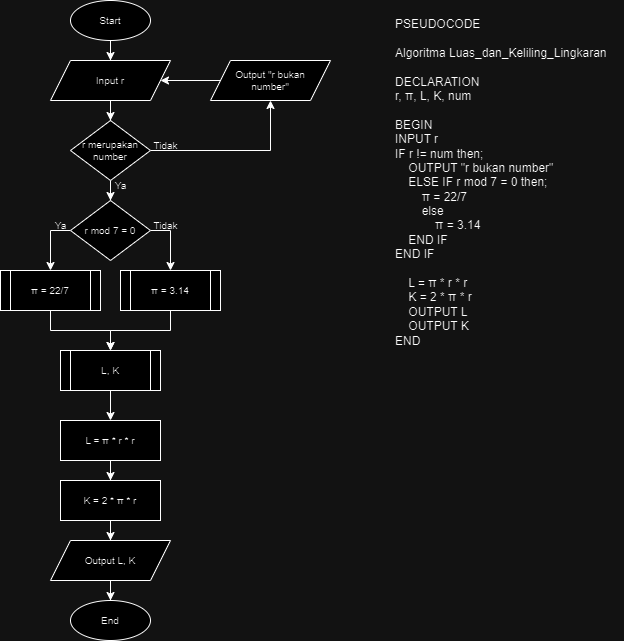
Before: 5-Flowchart-Luas dan Keliling Lingkaran.drawio.png, a diagram exported from draw.io (mfdrfauzi/fwg17-computer-science). Source tidied: cells renumbered, new cells last; positions are measured from the earlier drawing's top-left corner, leaving out a move shared by most shapes.
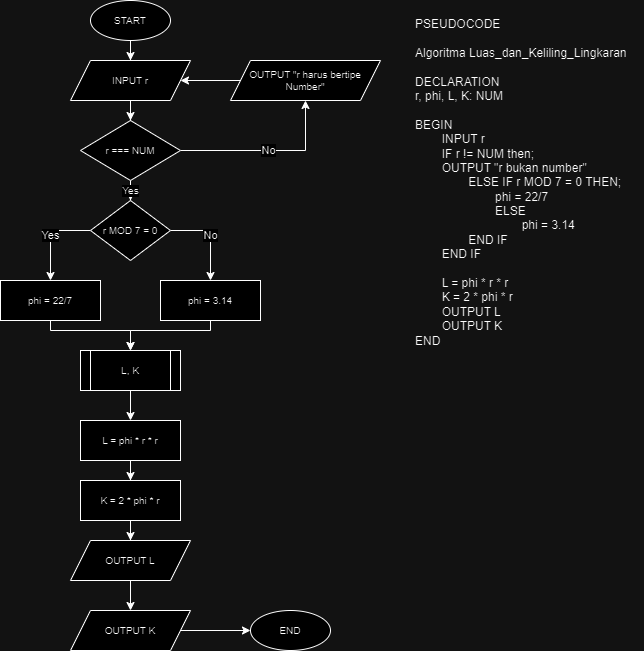
The same file after the commit.

The edit, as a diff of the source:
```diff
@@ -5,65 +5,61 @@
     <mxCell id="2" style="edgeStyle=orthogonalEdgeStyle;rounded=0;jettySize=auto;html=1;entryX=0.5;entryY=0;entryDx=0;entryDy=0;fontSize=10;" parent="1" edge="1" source="3" target="16">
       <mxGeometry relative="1" as="geometry" />
     </mxCell>
-    <mxCell id="3" value="Start" style="ellipse;whiteSpace=wrap;html=1;fontSize=10;" parent="1" vertex="1">
+    <mxCell id="3" value="START" style="ellipse;whiteSpace=wrap;html=1;fontSize=10;" parent="1" vertex="1">
       <mxGeometry x="70" width="80" height="40" as="geometry" />
     </mxCell>
-    <mxCell id="4" style="edgeStyle=orthogonalEdgeStyle;rounded=0;jettySize=auto;html=1;entryX=0.5;entryY=0;entryDx=0;entryDy=0;fontSize=10;" parent="1" edge="1" source="6" target="19">
+    <mxCell id="4" value="Yes" style="edgeStyle=orthogonalEdgeStyle;rounded=0;jettySize=auto;html=1;entryX=0.5;entryY=0;entryDx=0;entryDy=0;fontSize=10;" parent="1" edge="1" source="6" target="19">
       <mxGeometry relative="1" as="geometry" />
     </mxCell>
-    <mxCell id="5" style="edgeStyle=orthogonalEdgeStyle;rounded=0;jettySize=auto;html=1;entryX=0.5;entryY=1;entryDx=0;entryDy=0;" parent="1" edge="1" source="6" target="28">
+    <mxCell id="5" value="No" style="edgeStyle=orthogonalEdgeStyle;rounded=0;jettySize=auto;html=1;entryX=0.5;entryY=1;entryDx=0;entryDy=0;" parent="1" edge="1" source="6" target="28">
       <mxGeometry relative="1" as="geometry" />
     </mxCell>
-    <mxCell id="6" value="r merupakan number" style="rhombus;whiteSpace=wrap;html=1;fontSize=10;" parent="1" vertex="1">
-      <mxGeometry x="70" y="120" width="80" height="60" as="geometry" />
+    <mxCell id="6" value="r === NUM" style="rhombus;whiteSpace=wrap;html=1;fontSize=10;" parent="1" vertex="1">
+      <mxGeometry x="60" y="120" width="100" height="60" as="geometry" />
     </mxCell>
-    <mxCell id="7" style="edgeStyle=orthogonalEdgeStyle;rounded=0;jettySize=auto;html=1;entryX=0.5;entryY=0;entryDx=0;entryDy=0;fontSize=10;" parent="1" edge="1" source="8" target="24">
-      <mxGeometry relative="1" as="geometry" />
-    </mxCell>
-    <mxCell id="8" value="π = 22/7" style="shape=process;whiteSpace=wrap;html=1;backgroundOutline=1;fontSize=10;" parent="1" vertex="1">
-      <mxGeometry y="270" width="100" height="40" as="geometry" />
-    </mxCell>
     <mxCell id="9" style="edgeStyle=orthogonalEdgeStyle;rounded=0;jettySize=auto;html=1;entryX=0.5;entryY=0;entryDx=0;entryDy=0;fontSize=10;" parent="1" edge="1" source="10" target="12">
       <mxGeometry relative="1" as="geometry" />
     </mxCell>
-    <mxCell id="10" value="L =&amp;nbsp;π * r * r" style="rounded=0;whiteSpace=wrap;html=1;fontSize=10;" parent="1" vertex="1">
+    <mxCell id="10" value="L = phi * r * r" style="rounded=0;whiteSpace=wrap;html=1;fontSize=10;" parent="1" vertex="1">
       <mxGeometry x="60" y="420" width="100" height="40" as="geometry" />
     </mxCell>
     <mxCell id="11" style="edgeStyle=orthogonalEdgeStyle;rounded=0;jettySize=auto;html=1;entryX=0.5;entryY=0;entryDx=0;entryDy=0;fontSize=10;" parent="1" edge="1" source="12" target="14">
       <mxGeometry relative="1" as="geometry" />
     </mxCell>
-    <mxCell id="12" value="K = 2 *&amp;nbsp;π * r" style="rounded=0;whiteSpace=wrap;html=1;fontSize=10;" parent="1" vertex="1">
+    <mxCell id="12" value="K = 2 * phi * r" style="rounded=0;whiteSpace=wrap;html=1;fontSize=10;" parent="1" vertex="1">
       <mxGeometry x="60" y="480" width="100" height="40" as="geometry" />
     </mxCell>
-    <mxCell id="13" style="edgeStyle=orthogonalEdgeStyle;rounded=0;jettySize=auto;html=1;entryX=0.5;entryY=0;entryDx=0;entryDy=0;fontSize=10;" parent="1" edge="1" source="14" target="22">
-      <mxGeometry relative="1" as="geometry" />
-    </mxCell>
+    <mxCell id="32" style="edgeStyle=orthogonalEdgeStyle;rounded=0;jettySize=auto;html=1;entryX=0.5;entryY=0;entryDx=0;entryDy=0;" parent="1" edge="1" source="14" target="36">
+      <mxGeometry relative="1" as="geometry" />
+    </mxCell>
-    <mxCell id="14" value="Output L, K" style="shape=parallelogram;perimeter=parallelogramPerimeter;whiteSpace=wrap;html=1;fixedSize=1;fontSize=10;" parent="1" vertex="1">
+    <mxCell id="14" value="OUTPUT L" style="shape=parallelogram;perimeter=parallelogramPerimeter;whiteSpace=wrap;html=1;fixedSize=1;fontSize=10;" parent="1" vertex="1">
       <mxGeometry x="50" y="540" width="120" height="40" as="geometry" />
     </mxCell>
     <mxCell id="15" style="edgeStyle=orthogonalEdgeStyle;rounded=0;jettySize=auto;html=1;entryX=0.5;entryY=0;entryDx=0;entryDy=0;fontSize=10;" parent="1" edge="1" source="16" target="6">
       <mxGeometry relative="1" as="geometry" />
     </mxCell>
-    <mxCell id="16" value="Input r" style="shape=parallelogram;perimeter=parallelogramPerimeter;whiteSpace=wrap;html=1;fixedSize=1;fontSize=10;" parent="1" vertex="1">
+    <mxCell id="16" value="INPUT r" style="shape=parallelogram;perimeter=parallelogramPerimeter;whiteSpace=wrap;html=1;fixedSize=1;fontSize=10;" parent="1" vertex="1">
       <mxGeometry x="50" y="60" width="120" height="40" as="geometry" />
     </mxCell>
-    <mxCell id="17" style="edgeStyle=orthogonalEdgeStyle;rounded=0;jettySize=auto;html=1;exitX=1;exitY=0.5;exitDx=0;exitDy=0;entryX=0.5;entryY=0;entryDx=0;entryDy=0;fontSize=10;" parent="1" edge="1" source="19" target="21">
-      <mxGeometry relative="1" as="geometry" />
-    </mxCell>
-    <mxCell id="18" style="edgeStyle=orthogonalEdgeStyle;rounded=0;jettySize=auto;html=1;exitX=0;exitY=0.5;exitDx=0;exitDy=0;entryX=0.5;entryY=0;entryDx=0;entryDy=0;fontSize=10;" parent="1" edge="1" source="19" target="8">
-      <mxGeometry relative="1" as="geometry" />
-    </mxCell>
+    <mxCell id="33" value="Yes" style="edgeStyle=orthogonalEdgeStyle;rounded=0;jettySize=auto;html=1;entryX=0.5;entryY=0;entryDx=0;entryDy=0;" parent="1" edge="1" source="19" target="38">
+      <mxGeometry relative="1" as="geometry">
+        <Array as="points">
+          <mxPoint x="30" y="230" />
+        </Array>
+      </mxGeometry>
+    </mxCell>
+    <mxCell id="34" value="No" style="edgeStyle=orthogonalEdgeStyle;rounded=0;jettySize=auto;html=1;entryX=0.5;entryY=0;entryDx=0;entryDy=0;" parent="1" edge="1" source="19" target="40">
+      <mxGeometry relative="1" as="geometry">
+        <Array as="points">
+          <mxPoint x="190" y="230" />
+        </Array>
+      </mxGeometry>
+    </mxCell>
-    <mxCell id="19" value="r mod 7 = 0" style="rhombus;whiteSpace=wrap;html=1;fontSize=10;" parent="1" vertex="1">
+    <mxCell id="19" value="r MOD 7 = 0" style="rhombus;whiteSpace=wrap;html=1;fontSize=10;" parent="1" vertex="1">
       <mxGeometry x="70" y="200" width="80" height="60" as="geometry" />
     </mxCell>
-    <mxCell id="20" style="edgeStyle=orthogonalEdgeStyle;rounded=0;jettySize=auto;html=1;entryX=0.5;entryY=0;entryDx=0;entryDy=0;fontSize=10;" parent="1" edge="1" source="21" target="24">
-      <mxGeometry relative="1" as="geometry" />
-    </mxCell>
-    <mxCell id="21" value="π = 3.14" style="shape=process;whiteSpace=wrap;html=1;backgroundOutline=1;fontSize=10;" parent="1" vertex="1">
-      <mxGeometry x="120" y="270" width="100" height="40" as="geometry" />
-    </mxCell>
-    <mxCell id="22" value="End" style="ellipse;whiteSpace=wrap;html=1;fontSize=10;" parent="1" vertex="1">
-      <mxGeometry x="70" y="600" width="80" height="40" as="geometry" />
+    <mxCell id="22" value="END" style="ellipse;whiteSpace=wrap;html=1;fontSize=10;" parent="1" vertex="1">
+      <mxGeometry x="230" y="610" width="80" height="40" as="geometry" />
     </mxCell>
     <mxCell id="23" style="edgeStyle=orthogonalEdgeStyle;rounded=0;jettySize=auto;html=1;entryX=0.5;entryY=0;entryDx=0;entryDy=0;fontSize=10;" parent="1" edge="1" source="24" target="10">
       <mxGeometry relative="1" as="geometry" />
@@ -71,26 +67,42 @@
     <mxCell id="24" value="L, K" style="shape=process;whiteSpace=wrap;html=1;backgroundOutline=1;fontSize=10;" parent="1" vertex="1">
       <mxGeometry x="60" y="350" width="100" height="40" as="geometry" />
     </mxCell>
-    <mxCell id="25" value="Ya" style="text;html=1;align=center;verticalAlign=middle;strokeColor=none;fillColor=none;fontSize=10;" parent="1" vertex="1">
-      <mxGeometry x="100" y="170" width="40" height="30" as="geometry" />
-    </mxCell>
-    <mxCell id="26" value="Tidak" style="text;html=1;align=center;verticalAlign=middle;strokeColor=none;fillColor=none;fontSize=10;" parent="1" vertex="1">
-      <mxGeometry x="140" y="130" width="50" height="30" as="geometry" />
-    </mxCell>
     <mxCell id="27" style="edgeStyle=orthogonalEdgeStyle;rounded=0;jettySize=auto;html=1;entryX=1;entryY=0.5;entryDx=0;entryDy=0;" parent="1" edge="1" source="28" target="16">
       <mxGeometry relative="1" as="geometry" />
     </mxCell>
-    <mxCell id="28" value="Output &quot;r bukan&lt;br&gt;number&quot;" style="shape=parallelogram;perimeter=parallelogramPerimeter;whiteSpace=wrap;html=1;fixedSize=1;fontSize=10;" parent="1" vertex="1">
-      <mxGeometry x="210" y="60" width="120" height="40" as="geometry" />
+    <mxCell id="28" value="OUTPUT &quot;r harus bertipe Number&quot;" style="shape=parallelogram;perimeter=parallelogramPerimeter;whiteSpace=wrap;html=1;fixedSize=1;fontSize=10;" parent="1" vertex="1">
+      <mxGeometry x="210" y="60" width="150" height="40" as="geometry" />
     </mxCell>
-    <mxCell id="29" value="Ya" style="text;html=1;align=center;verticalAlign=middle;strokeColor=none;fillColor=none;fontSize=10;" parent="1" vertex="1">
-      <mxGeometry x="40" y="210" width="40" height="30" as="geometry" />
-    </mxCell>
-    <mxCell id="30" value="Tidak" style="text;html=1;align=center;verticalAlign=middle;strokeColor=none;fillColor=none;fontSize=10;" parent="1" vertex="1">
-      <mxGeometry x="140" y="210" width="50" height="30" as="geometry" />
-    </mxCell>
-    <mxCell id="31" value="PSEUDOCODE&lt;br&gt;&lt;br&gt;&lt;div&gt;Algoritma Luas_dan_Keliling_Lingkaran&lt;/div&gt;&lt;div&gt;&lt;br&gt;&lt;/div&gt;&lt;div&gt;DECLARATION&lt;/div&gt;&lt;div&gt;r, π, L, K, num&lt;/div&gt;&lt;div&gt;&lt;br&gt;&lt;/div&gt;&lt;div&gt;BEGIN&lt;/div&gt;&lt;div&gt;INPUT r&lt;span style=&quot;&quot;&gt;&lt;/span&gt;&lt;/div&gt;&lt;div&gt;IF r != num then;&lt;/div&gt;&lt;div&gt;&lt;span style=&quot;&quot;&gt;&lt;span style=&quot;&quot;&gt;&lt;span style=&quot;white-space: pre;&quot;&gt;&amp;nbsp;&amp;nbsp;&amp;nbsp;&amp;nbsp;&lt;/span&gt;&lt;/span&gt;OUTPUT &quot;r bukan number&quot;&lt;/span&gt;&lt;/div&gt;&lt;div&gt;&lt;span style=&quot;&quot;&gt;&lt;span style=&quot;&quot;&gt;&lt;span style=&quot;white-space: pre;&quot;&gt;&amp;nbsp;&amp;nbsp;&amp;nbsp;&amp;nbsp;&lt;/span&gt;&lt;/span&gt;ELSE IF r mod 7 = 0 then;&lt;/span&gt;&lt;/div&gt;&lt;div&gt;&lt;span style=&quot;&quot;&gt;&lt;span style=&quot;&quot;&gt;&lt;span style=&quot;white-space: pre;&quot;&gt;&amp;nbsp;&amp;nbsp;&amp;nbsp;&amp;nbsp;&lt;/span&gt;&lt;span style=&quot;white-space: pre;&quot;&gt;&amp;nbsp;&amp;nbsp;&amp;nbsp;&amp;nbsp;&lt;/span&gt;&lt;/span&gt;π = 22/7&lt;/span&gt;&lt;/div&gt;&lt;div&gt;&lt;span style=&quot;&quot;&gt;&lt;span style=&quot;&quot;&gt;&lt;span style=&quot;white-space: pre;&quot;&gt;&amp;nbsp;&amp;nbsp;&amp;nbsp;&amp;nbsp;&lt;/span&gt;&lt;span style=&quot;white-space: pre;&quot;&gt;&amp;nbsp;&amp;nbsp;&amp;nbsp;&amp;nbsp;&lt;/span&gt;&lt;/span&gt;else&lt;/span&gt;&lt;/div&gt;&lt;div&gt;&lt;span style=&quot;&quot;&gt;&lt;span style=&quot;&quot;&gt;&lt;span style=&quot;white-space: pre;&quot;&gt;&amp;nbsp;&amp;nbsp;&amp;nbsp;&amp;nbsp;&lt;/span&gt;&lt;span style=&quot;white-space: pre;&quot;&gt;&amp;nbsp;&amp;nbsp;&amp;nbsp;&amp;nbsp;&lt;/span&gt;&lt;span style=&quot;white-space: pre;&quot;&gt;&amp;nbsp;&amp;nbsp;&amp;nbsp;&amp;nbsp;&lt;/span&gt;&lt;/span&gt;π = 3.14&lt;/span&gt;&lt;/div&gt;&lt;div&gt;&lt;span style=&quot;&quot;&gt;&lt;span style=&quot;&quot;&gt;&lt;span style=&quot;white-space: pre;&quot;&gt;&amp;nbsp;&amp;nbsp;&amp;nbsp;&amp;nbsp;&lt;/span&gt;&lt;/span&gt;END IF&lt;/span&gt;&lt;/div&gt;&lt;div&gt;END IF&lt;/div&gt;&lt;div&gt;&lt;br&gt;&lt;/div&gt;&lt;div&gt;&lt;span style=&quot;&quot;&gt;&lt;span style=&quot;&quot;&gt;&lt;span style=&quot;white-space: pre;&quot;&gt;&amp;nbsp;&amp;nbsp;&amp;nbsp;&amp;nbsp;&lt;/span&gt;&lt;/span&gt;L = π * r * r&lt;/span&gt;&lt;/div&gt;&lt;div&gt;&lt;span style=&quot;&quot;&gt;&lt;span style=&quot;&quot;&gt;&lt;span style=&quot;white-space: pre;&quot;&gt;&amp;nbsp;&amp;nbsp;&amp;nbsp;&amp;nbsp;&lt;/span&gt;&lt;/span&gt;K = 2 * π * r&lt;/span&gt;&lt;/div&gt;&lt;div&gt;&lt;span style=&quot;&quot;&gt;&lt;span style=&quot;&quot;&gt;&lt;span style=&quot;white-space: pre;&quot;&gt;&amp;nbsp;&amp;nbsp;&amp;nbsp;&amp;nbsp;&lt;/span&gt;&lt;/span&gt;OUTPUT L&lt;/span&gt;&lt;/div&gt;&lt;div&gt;&lt;span style=&quot;&quot;&gt;&lt;span style=&quot;&quot;&gt;&lt;span style=&quot;white-space: pre;&quot;&gt;&amp;nbsp;&amp;nbsp;&amp;nbsp;&amp;nbsp;&lt;/span&gt;&lt;/span&gt;OUTPUT K&lt;/span&gt;&lt;/div&gt;&lt;div&gt;END&lt;/div&gt;" style="text;html=1;align=left;verticalAlign=top;strokeColor=none;fillColor=none;" parent="1" vertex="1">
+    <mxCell id="31" value="PSEUDOCODE&lt;br&gt;&lt;br&gt;&lt;div&gt;Algoritma Luas_dan_Keliling_Lingkaran&lt;/div&gt;&lt;div&gt;&lt;br&gt;&lt;/div&gt;&lt;div&gt;DECLARATION&lt;/div&gt;&lt;div&gt;r, phi, L, K: NUM&lt;/div&gt;&lt;div&gt;&lt;br&gt;&lt;/div&gt;&lt;div&gt;BEGIN&lt;/div&gt;&lt;div&gt;&lt;span style=&quot;white-space: pre;&quot;&gt;&#9;&lt;/span&gt;INPUT r&lt;span style=&quot;&quot;&gt;&lt;/span&gt;&lt;/div&gt;&lt;div&gt;&lt;span style=&quot;white-space: pre;&quot;&gt;&#9;&lt;/span&gt;IF r != NUM then;&lt;/div&gt;&lt;div&gt;&lt;span style=&quot;&quot;&gt;&lt;span style=&quot;&quot;&gt;&lt;span style=&quot;white-space: pre;&quot;&gt;&amp;nbsp;&amp;nbsp;&amp;nbsp;&amp;nbsp;&lt;span style=&quot;white-space: pre;&quot;&gt;&#9;&lt;/span&gt;&lt;/span&gt;&lt;/span&gt;OUTPUT &quot;r bukan number&quot;&lt;/span&gt;&lt;/div&gt;&lt;div&gt;&lt;span style=&quot;&quot;&gt;&lt;span style=&quot;&quot;&gt;&lt;span style=&quot;white-space: pre;&quot;&gt;&amp;nbsp;&amp;nbsp;&amp;nbsp;&amp;nbsp;&lt;span style=&quot;white-space: pre;&quot;&gt;&#9;&lt;span style=&quot;white-space: pre;&quot;&gt;&#9;&lt;/span&gt;&lt;/span&gt;&lt;/span&gt;&lt;/span&gt;ELSE IF r MOD 7 = 0 THEN;&lt;/span&gt;&lt;/div&gt;&lt;div&gt;&lt;span style=&quot;&quot;&gt;&lt;span style=&quot;&quot;&gt;&lt;span style=&quot;white-space: pre;&quot;&gt;&amp;nbsp;&amp;nbsp;&amp;nbsp;&amp;nbsp;&lt;/span&gt;&lt;span style=&quot;white-space: pre;&quot;&gt;&amp;nbsp;&amp;nbsp;&amp;nbsp;&amp;nbsp;&lt;span style=&quot;white-space: pre;&quot;&gt;&#9;&lt;span style=&quot;white-space: pre;&quot;&gt;&#9;&lt;/span&gt;&lt;/span&gt;phi &lt;/span&gt;&lt;/span&gt;= 22/7&lt;/span&gt;&lt;/div&gt;&lt;div&gt;&lt;span style=&quot;&quot;&gt;&lt;span style=&quot;&quot;&gt;&lt;span style=&quot;white-space: pre;&quot;&gt;&amp;nbsp;&amp;nbsp;&amp;nbsp;&amp;nbsp;&lt;/span&gt;&lt;span style=&quot;white-space: pre;&quot;&gt;&amp;nbsp;&amp;nbsp;&amp;nbsp;&amp;nbsp;&lt;span style=&quot;white-space: pre;&quot;&gt;&#9;&lt;span style=&quot;white-space: pre;&quot;&gt;&#9;&lt;/span&gt;&lt;/span&gt;ELSE&lt;/span&gt;&lt;/span&gt;&lt;/span&gt;&lt;/div&gt;&lt;div&gt;&lt;span style=&quot;&quot;&gt;&lt;span style=&quot;&quot;&gt;&lt;span style=&quot;white-space: pre;&quot;&gt;&amp;nbsp;&amp;nbsp;&amp;nbsp;&amp;nbsp;&lt;/span&gt;&lt;span style=&quot;white-space: pre;&quot;&gt;&amp;nbsp;&amp;nbsp;&amp;nbsp;&amp;nbsp;&lt;/span&gt;&lt;span style=&quot;white-space: pre;&quot;&gt;&amp;nbsp;&amp;nbsp;&amp;nbsp;&amp;nbsp;&lt;span style=&quot;white-space: pre;&quot;&gt;&#9;&lt;span style=&quot;white-space: pre;&quot;&gt;&#9;&lt;span style=&quot;white-space: pre;&quot;&gt;&#9;&lt;/span&gt;&lt;/span&gt;&lt;/span&gt;phi&lt;/span&gt;&lt;/span&gt;&amp;nbsp;= 3.14&lt;/span&gt;&lt;/div&gt;&lt;div&gt;&lt;span style=&quot;&quot;&gt;&lt;span style=&quot;&quot;&gt;&lt;span style=&quot;white-space: pre;&quot;&gt;&amp;nbsp;&amp;nbsp;&amp;nbsp;&amp;nbsp;&lt;span style=&quot;white-space: pre;&quot;&gt;&#9;&lt;span style=&quot;white-space: pre;&quot;&gt;&#9;&lt;/span&gt;&lt;/span&gt;&lt;/span&gt;&lt;/span&gt;END IF&lt;/span&gt;&lt;/div&gt;&lt;div&gt;&lt;span style=&quot;white-space: pre;&quot;&gt;&#9;&lt;/span&gt;END IF&lt;/div&gt;&lt;div&gt;&lt;br&gt;&lt;/div&gt;&lt;div&gt;&lt;span style=&quot;&quot;&gt;&lt;span style=&quot;white-space: pre;&quot;&gt;&#9;&lt;/span&gt;L = phi * r * r&lt;/span&gt;&lt;/div&gt;&lt;div&gt;&lt;span style=&quot;&quot;&gt;&lt;span style=&quot;white-space: pre;&quot;&gt;&#9;&lt;/span&gt;K = 2 * phi * r&lt;/span&gt;&lt;/div&gt;&lt;div&gt;&lt;span style=&quot;&quot;&gt;&lt;span style=&quot;white-space: pre;&quot;&gt;&#9;&lt;/span&gt;OUTPUT L&lt;/span&gt;&lt;/div&gt;&lt;div&gt;&lt;span style=&quot;&quot;&gt;&lt;span style=&quot;white-space: pre;&quot;&gt;&#9;&lt;/span&gt;OUTPUT K&lt;/span&gt;&lt;/div&gt;&lt;div&gt;END&lt;/div&gt;" style="text;html=1;align=left;verticalAlign=top;strokeColor=none;fillColor=none;" parent="1" vertex="1">
       <mxGeometry x="393" y="10" width="230" height="340" as="geometry" />
     </mxCell>
+    <mxCell id="35" style="edgeStyle=orthogonalEdgeStyle;rounded=0;jettySize=auto;html=1;entryX=0;entryY=0.5;entryDx=0;entryDy=0;" parent="1" edge="1" source="36" target="22">
+      <mxGeometry relative="1" as="geometry" />
+    </mxCell>
+    <mxCell id="36" value="OUTPUT K" style="shape=parallelogram;perimeter=parallelogramPerimeter;whiteSpace=wrap;html=1;fixedSize=1;fontSize=10;" parent="1" vertex="1">
+      <mxGeometry x="50" y="610" width="120" height="40" as="geometry" />
+    </mxCell>
+    <mxCell id="37" style="edgeStyle=orthogonalEdgeStyle;rounded=0;jettySize=auto;html=1;entryX=0.5;entryY=0;entryDx=0;entryDy=0;" parent="1" edge="1" source="38" target="24">
+      <mxGeometry relative="1" as="geometry">
+        <Array as="points">
+          <mxPoint x="30" y="330" />
+          <mxPoint x="110" y="330" />
+        </Array>
+      </mxGeometry>
+    </mxCell>
+    <mxCell id="38" value="phi = 22/7" style="rounded=0;whiteSpace=wrap;html=1;fontSize=10;" parent="1" vertex="1">
+      <mxGeometry x="-20" y="280" width="100" height="40" as="geometry" />
+    </mxCell>
+    <mxCell id="39" style="edgeStyle=orthogonalEdgeStyle;rounded=0;jettySize=auto;html=1;entryX=0.5;entryY=0;entryDx=0;entryDy=0;" parent="1" edge="1" source="40" target="24">
+      <mxGeometry relative="1" as="geometry">
+        <Array as="points">
+          <mxPoint x="190" y="330" />
+          <mxPoint x="110" y="330" />
+        </Array>
+      </mxGeometry>
+    </mxCell>
+    <mxCell id="40" value="phi = 3.14" style="rounded=0;whiteSpace=wrap;html=1;fontSize=10;" parent="1" vertex="1">
+      <mxGeometry x="140" y="280" width="100" height="40" as="geometry" />
+    </mxCell>
   </root>
 </mxGraphModel>
```
